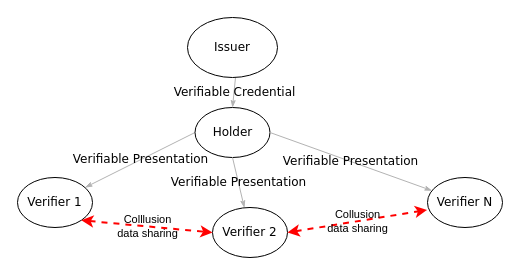
Earlier version of the draw.io diagram diagrams/VerifiersCollusion.drawio (w3c/vc-di-bbs). Source tidied: cells renumbered, new cells numbered last; positions are measured from the earlier drawing's top-left corner, leaving out a move shared by most shapes. Both pictures are drawn from the tidied source at 100%, with x=0, y=0 at pixel (17, 17).
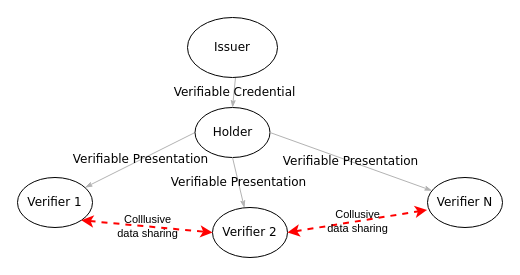
The same diagram, later.

Commit message (it also covers changes not shown here):
Update wording in diagram to "collusive" from "collusion" and also in alt text.

Change to the diagram source:
```diff
@@
 <mxGraphModel>
   <root>
     <mxCell id="0" />
     <mxCell id="1" parent="0" />
     <mxCell id="2" value="Verifiable Credential" style="edgeStyle=none;rounded=1;html=1;labelBackgroundColor=none;startArrow=none;startFill=0;startSize=5;endArrow=classicThin;endFill=1;endSize=5;jettySize=auto;strokeColor=#B3B3B3;strokeWidth=1;fontFamily=Verdana;fontSize=12;entryX=0.5;entryY=0;entryDx=0;entryDy=0;" parent="1" edge="1" target="5">
       <mxGeometry relative="1" as="geometry">
         <mxPoint x="218" y="60" as="sourcePoint" />
       </mxGeometry>
     </mxCell>
     <mxCell id="3" value="Issuer" style="ellipse;whiteSpace=wrap;html=1;rounded=0;shadow=0;comic=0;labelBackgroundColor=none;strokeWidth=1;fontFamily=Verdana;fontSize=12;align=center;fillColor=none;" parent="1" vertex="1">
       <mxGeometry x="170" width="90" height="60" as="geometry" />
     </mxCell>
     <mxCell id="4" value="Verifiable Presentation" style="edgeStyle=none;rounded=1;html=1;labelBackgroundColor=none;startArrow=none;startFill=0;startSize=5;endArrow=classicThin;endFill=1;endSize=5;jettySize=auto;strokeColor=#B3B3B3;strokeWidth=1;fontFamily=Verdana;fontSize=12;exitX=0;exitY=0.5;exitDx=0;exitDy=0;" parent="1" edge="1" source="5" target="6">
       <mxGeometry relative="1" as="geometry" />
     </mxCell>
     <mxCell id="5" value="&lt;span&gt;Holder&lt;/span&gt;" style="ellipse;whiteSpace=wrap;html=1;rounded=0;shadow=0;comic=0;labelBackgroundColor=none;strokeWidth=1;fontFamily=Verdana;fontSize=12;align=center;fillColor=none;" parent="1" vertex="1">
       <mxGeometry x="177.5" y="90" width="75" height="50" as="geometry" />
     </mxCell>
     <mxCell id="6" value="&lt;span&gt;Verifier 1&lt;/span&gt;" style="ellipse;whiteSpace=wrap;html=1;rounded=0;shadow=0;comic=0;labelBackgroundColor=none;strokeWidth=1;fontFamily=Verdana;fontSize=12;align=center;fillColor=none;" parent="1" vertex="1">
       <mxGeometry y="160" width="75" height="50" as="geometry" />
     </mxCell>
     <mxCell id="7" value="Verifiable Presentation" style="edgeStyle=none;rounded=1;html=1;labelBackgroundColor=none;startArrow=none;startFill=0;startSize=5;endArrow=classicThin;endFill=1;endSize=5;jettySize=auto;strokeColor=#B3B3B3;strokeWidth=1;fontFamily=Verdana;fontSize=12;exitX=0.5;exitY=1;exitDx=0;exitDy=0;" parent="1" edge="1" source="5" target="8">
       <mxGeometry relative="1" as="geometry" />
     </mxCell>
     <mxCell id="8" value="&lt;span&gt;Verifier 2&lt;/span&gt;" style="ellipse;whiteSpace=wrap;html=1;rounded=0;shadow=0;comic=0;labelBackgroundColor=none;strokeWidth=1;fontFamily=Verdana;fontSize=12;align=center;fillColor=none;" parent="1" vertex="1">
       <mxGeometry x="195" y="190" width="75" height="50" as="geometry" />
     </mxCell>
     <mxCell id="9" value="Verifiable Presentation" style="edgeStyle=none;rounded=1;html=1;labelBackgroundColor=none;startArrow=none;startFill=0;startSize=5;endArrow=classicThin;endFill=1;endSize=5;jettySize=auto;strokeColor=#B3B3B3;strokeWidth=1;fontFamily=Verdana;fontSize=12;exitX=1;exitY=0.5;exitDx=0;exitDy=0;" parent="1" edge="1" source="5" target="10">
       <mxGeometry relative="1" as="geometry" />
     </mxCell>
     <mxCell id="10" value="&lt;span&gt;Verifier N&lt;/span&gt;" style="ellipse;whiteSpace=wrap;html=1;rounded=0;shadow=0;comic=0;labelBackgroundColor=none;strokeWidth=1;fontFamily=Verdana;fontSize=12;align=center;fillColor=none;" parent="1" vertex="1">
       <mxGeometry x="410" y="160" width="75" height="50" as="geometry" />
     </mxCell>
-    <mxCell id="11" value="Colllusion&lt;br&gt;data sharing" style="endArrow=classic;startArrow=classic;html=1;rounded=0;exitX=1;exitY=1;exitDx=0;exitDy=0;entryX=0;entryY=0.5;entryDx=0;entryDy=0;dashed=1;strokeWidth=2;strokeColor=#FF0000;labelBackgroundColor=none;" parent="1" edge="1" source="6" target="8">
+    <mxCell id="11" value="Colllusive&lt;br&gt;data sharing" style="endArrow=classic;startArrow=classic;html=1;rounded=0;exitX=1;exitY=1;exitDx=0;exitDy=0;entryX=0;entryY=0.5;entryDx=0;entryDy=0;dashed=1;strokeWidth=2;strokeColor=#FF0000;labelBackgroundColor=none;" parent="1" edge="1" source="6" target="8">
       <mxGeometry relative="1" as="geometry" />
     </mxCell>
-    <mxCell id="12" value="Collusion&lt;br&gt;data sharing" style="endArrow=classic;startArrow=classic;html=1;rounded=0;exitX=1;exitY=0.5;exitDx=0;exitDy=0;entryX=-0.005;entryY=0.649;entryDx=0;entryDy=0;dashed=1;strokeWidth=2;strokeColor=#FF0000;entryPerimeter=0;labelBackgroundColor=none;" parent="1" edge="1" source="8" target="10">
+    <mxCell id="12" value="Collusive&lt;br&gt;data sharing" style="endArrow=classic;startArrow=classic;html=1;rounded=0;exitX=1;exitY=0.5;exitDx=0;exitDy=0;entryX=-0.005;entryY=0.649;entryDx=0;entryDy=0;dashed=1;strokeWidth=2;strokeColor=#FF0000;entryPerimeter=0;labelBackgroundColor=none;" parent="1" edge="1" source="8" target="10">
       <mxGeometry relative="1" as="geometry" />
     </mxCell>
   </root>
 </mxGraphModel>
```
